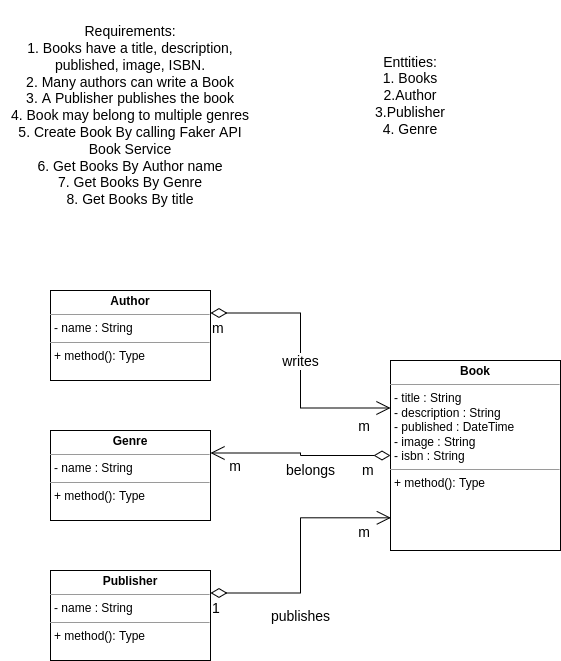
Above: classDiagram.drawio.png in NarothamSai/BooksMS (draw.io), before the change. Source tidied: cells renumbered, new cells last; positions are measured from the earlier drawing's top-left corner, leaving out a move shared by most shapes.
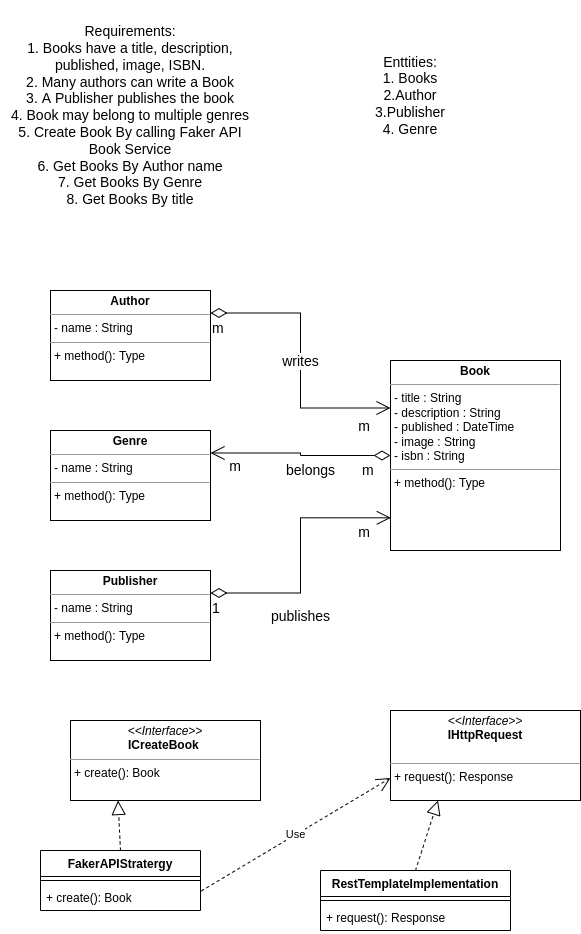
The same diagram one commit later.

Commit message:
Update class Diagram with create book stratergy

The edit, as a diff of the source:
```diff
@@ -57,5 +57,38 @@
         <mxPoint x="-21" as="offset" />
       </mxGeometry>
     </mxCell>
+    <mxCell id="17" value="&lt;p style=&quot;margin: 0px ; margin-top: 4px ; text-align: center&quot;&gt;&lt;i&gt;&amp;lt;&amp;lt;Interface&amp;gt;&amp;gt;&lt;/i&gt;&lt;br&gt;&lt;b&gt;ICreateBook&amp;nbsp;&lt;/b&gt;&lt;/p&gt;&lt;hr size=&quot;1&quot;&gt;&lt;p style=&quot;margin: 0px ; margin-left: 4px&quot;&gt;&lt;/p&gt;&lt;p style=&quot;margin: 0px ; margin-left: 4px&quot;&gt;+ create(): Book&lt;br&gt;&lt;/p&gt;" style="verticalAlign=top;align=left;overflow=fill;fontSize=12;fontFamily=Helvetica;html=1;" parent="1" vertex="1">
+      <mxGeometry x="70" y="720" width="190" height="80" as="geometry" />
+    </mxCell>
+    <mxCell id="18" value="FakerAPIStratergy" style="swimlane;fontStyle=1;align=center;verticalAlign=top;horizontal=1;startSize=26;" parent="1" vertex="1">
+      <mxGeometry x="40" y="850" width="160" height="60" as="geometry" />
+    </mxCell>
+    <mxCell id="19" style="line;strokeWidth=1;fillColor=none;align=left;verticalAlign=middle;spacingTop=-1;spacingLeft=3;spacingRight=3;labelPosition=right;" parent="18" vertex="1">
+      <mxGeometry y="26" width="160" height="8" as="geometry" />
+    </mxCell>
+    <mxCell id="20" value="+ create(): Book" style="text;strokeColor=none;fillColor=none;align=left;verticalAlign=top;spacingLeft=4;spacingRight=4;overflow=hidden;points=[[0,0.5],[1,0.5]];portConstraint=eastwest;" parent="18" vertex="1">
+      <mxGeometry y="34" width="160" height="26" as="geometry" />
+    </mxCell>
+    <mxCell id="21" style="endArrow=block;dashed=1;endFill=0;endSize=12;html=1;rounded=0;exitX=0.5;exitY=0;exitDx=0;exitDy=0;entryX=0.25;entryY=1;entryDx=0;entryDy=0;" parent="1" edge="1" source="18" target="17">
+      <mxGeometry relative="1" as="geometry" />
+    </mxCell>
+    <mxCell id="22" value="&lt;p style=&quot;margin: 0px ; margin-top: 4px ; text-align: center&quot;&gt;&lt;i&gt;&amp;lt;&amp;lt;Interface&amp;gt;&amp;gt;&lt;/i&gt;&lt;br&gt;&lt;b&gt;IHttpRequest&lt;/b&gt;&lt;/p&gt;&lt;p style=&quot;margin: 0px ; margin-left: 4px&quot;&gt;&lt;br&gt;&lt;/p&gt;&lt;hr size=&quot;1&quot;&gt;&lt;p style=&quot;margin: 0px ; margin-left: 4px&quot;&gt;+ request(): Response&lt;br&gt;&lt;/p&gt;" style="verticalAlign=top;align=left;overflow=fill;fontSize=12;fontFamily=Helvetica;html=1;" parent="1" vertex="1">
+      <mxGeometry x="390" y="710" width="190" height="90" as="geometry" />
+    </mxCell>
+    <mxCell id="23" value="RestTemplateImplementation" style="swimlane;fontStyle=1;align=center;verticalAlign=top;horizontal=1;startSize=26;" parent="1" vertex="1">
+      <mxGeometry x="320" y="870" width="190" height="60" as="geometry" />
+    </mxCell>
+    <mxCell id="24" style="line;strokeWidth=1;fillColor=none;align=left;verticalAlign=middle;spacingTop=-1;spacingLeft=3;spacingRight=3;labelPosition=right;" parent="23" vertex="1">
+      <mxGeometry y="26" width="190" height="8" as="geometry" />
+    </mxCell>
+    <mxCell id="25" value="+ request(): Response" style="text;strokeColor=none;fillColor=none;align=left;verticalAlign=top;spacingLeft=4;spacingRight=4;overflow=hidden;" parent="23" vertex="1">
+      <mxGeometry y="34" width="190" height="26" as="geometry" />
+    </mxCell>
+    <mxCell id="26" style="endArrow=block;dashed=1;endFill=0;endSize=12;html=1;rounded=0;exitX=0.5;exitY=0;exitDx=0;exitDy=0;entryX=0.25;entryY=1;entryDx=0;entryDy=0;" parent="1" edge="1" source="23" target="22">
+      <mxGeometry relative="1" as="geometry" />
+    </mxCell>
+    <mxCell id="27" value="Use" style="endArrow=open;endSize=12;dashed=1;html=1;rounded=0;exitX=1.005;exitY=0.248;exitDx=0;exitDy=0;exitPerimeter=0;entryX=0;entryY=0.75;entryDx=0;entryDy=0;" parent="1" edge="1" source="20" target="22">
+      <mxGeometry relative="1" as="geometry" />
+    </mxCell>
   </root>
 </mxGraphModel>
```
